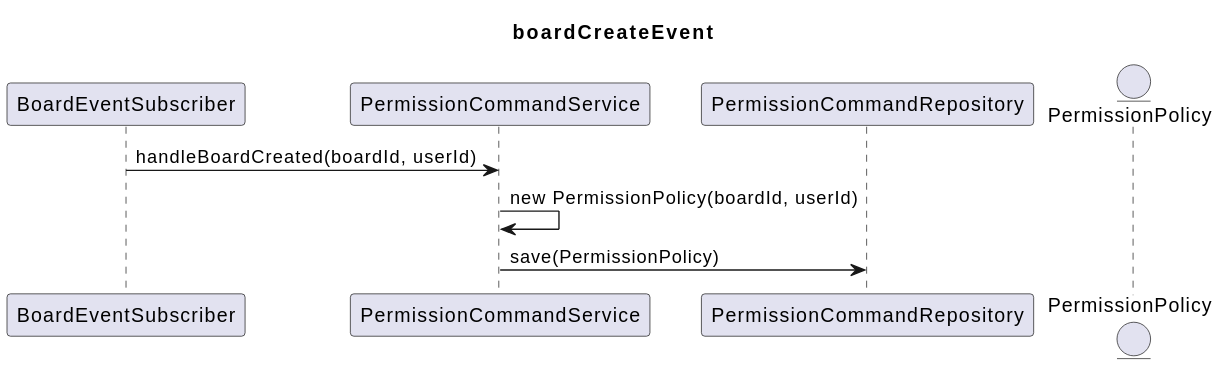
The PlantUML diagram document/puml/event/eventHandling/permissionContext/permissionAggregate/PermissionPolicy_BOARD_CREATED_HANDLE.svg in SimpleBoardTeam/server-hyunchang, before a commit.
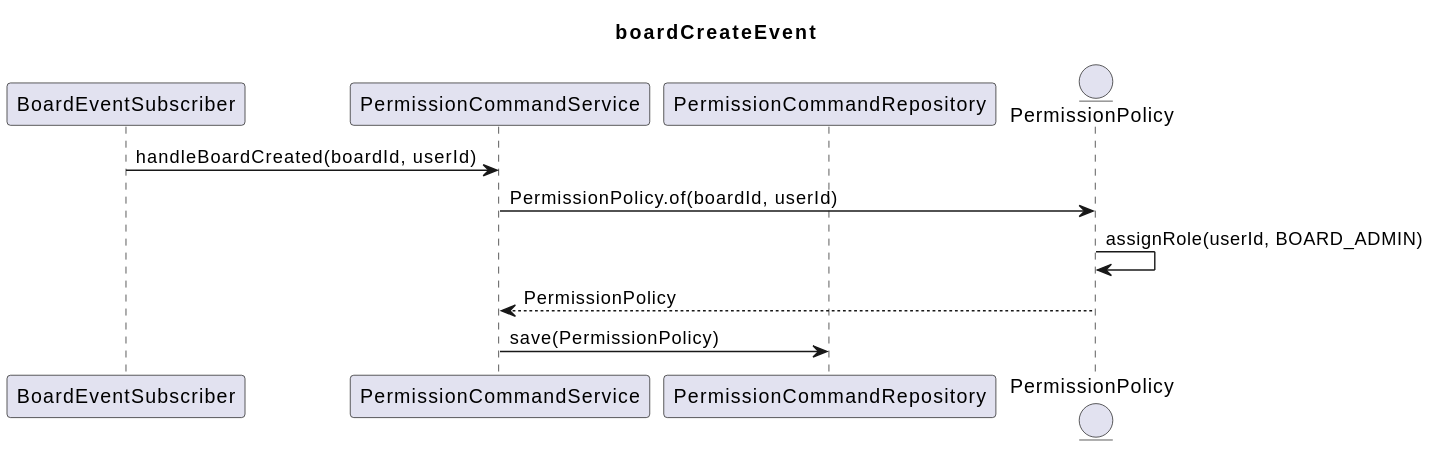
After the change.

Change to the diagram source:
```diff
@@ -7,6 +7,8 @@
 entity PermissionPolicy
 
 BoardEventSubscriber -> PermissionCommandService : handleBoardCreated(boardId, userId)
-PermissionCommandService -> PermissionCommandService : new PermissionPolicy(boardId, userId)
+PermissionCommandService -> PermissionPolicy : PermissionPolicy.of(boardId, userId)
+PermissionPolicy -> PermissionPolicy : assignRole(userId, BOARD_ADMIN)
+PermissionPolicy --> PermissionCommandService : PermissionPolicy
 PermissionCommandService -> PermissionCommandRepository : save(PermissionPolicy)
 @enduml
```
